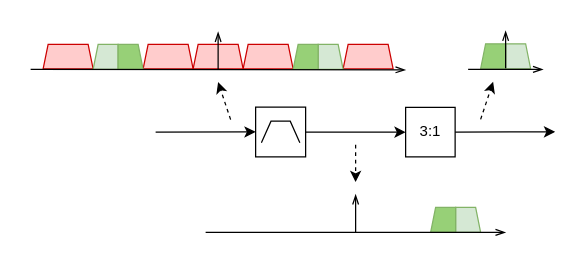
Before: page "undersampling" (4 of 5) of assets/polyphase/bandpass_sampling/sampling.drawio in tomverbeure/tomverbeure.github.io, a draw.io diagram. Source tidied: cells renumbered, new cells numbered last; positions are measured from the earlier drawing's top-left corner, leaving out a move shared by most shapes. Both pictures are drawn from the tidied source at 125%, with x=0, y=0 at pixel (30, 30).
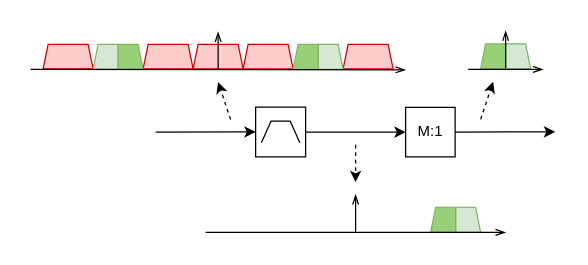
Above is the later version.

Commit message (it also covers changes not shown here):
Update undersampling figure.

The edit, as a diff of the source:
```diff
@@
-    <mxCell id="12" value="3:1" style="whiteSpace=wrap;html=1;" parent="1" vertex="1">
+    <mxCell id="12" value="M:1" style="whiteSpace=wrap;html=1;" parent="1" vertex="1">
       <mxGeometry x="300" y="61.4" width="39.6" height="39.6" as="geometry" />
     </mxCell>
```
